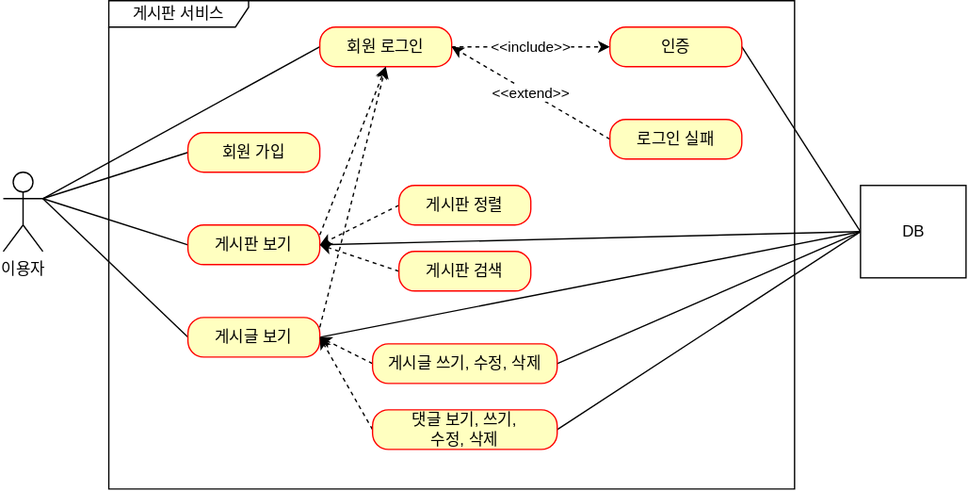
Earlier version of the draw.io export document/use-case.svg (bcchoi518/fastcampus-project-board). Source tidied: cells renumbered, new cells last; positions are measured from the earlier drawing's top-left corner, leaving out a move shared by most shapes.
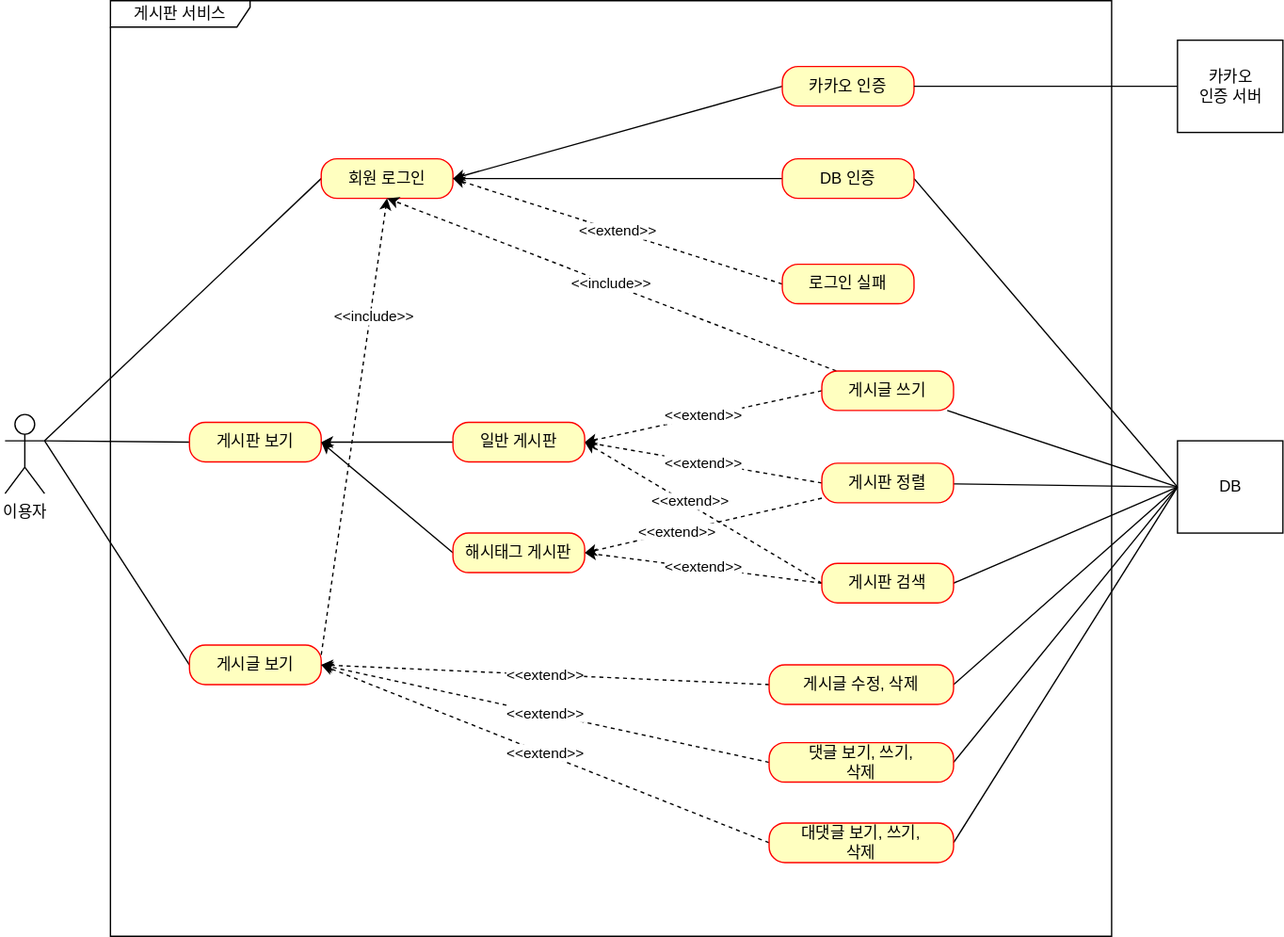
After the commit.

The edit, as a diff of the source:
```diff
@@ -3,94 +3,136 @@
     <mxCell id="0" />
     <mxCell id="1" parent="0" />
     <mxCell id="2" value="&lt;div&gt;이용자&lt;/div&gt;" style="shape=umlActor;verticalLabelPosition=bottom;verticalAlign=top;html=1;" parent="1" vertex="1">
-      <mxGeometry y="130" width="30" height="60" as="geometry" />
+      <mxGeometry y="314" width="30" height="60" as="geometry" />
     </mxCell>
     <mxCell id="3" value="게시판 서비스" style="shape=umlFrame;whiteSpace=wrap;html=1;width=106;height=20;" parent="1" vertex="1">
-      <mxGeometry x="80" width="520" height="370" as="geometry" />
+      <mxGeometry x="80" width="760" height="710" as="geometry" />
     </mxCell>
     <mxCell id="4" style="edgeStyle=none;rounded=0;jettySize=auto;html=1;exitX=0;exitY=0.5;exitDx=0;exitDy=0;entryX=1;entryY=0.3333333333333333;entryDx=0;entryDy=0;entryPerimeter=0;endArrow=none;endFill=0;" parent="1" edge="1" source="6" target="2">
       <mxGeometry relative="1" as="geometry" />
     </mxCell>
-    <mxCell id="5" value="&amp;lt;&amp;lt;include&amp;gt;&amp;gt;" style="edgeStyle=none;rounded=0;jettySize=auto;html=1;exitX=1;exitY=0.5;exitDx=0;exitDy=0;entryX=0;entryY=0.5;entryDx=0;entryDy=0;endArrow=classic;endFill=1;dashed=1;" parent="1" edge="1" source="6" target="18">
-      <mxGeometry relative="1" as="geometry" />
-    </mxCell>
     <mxCell id="6" value="회원 로그인" style="rounded=1;whiteSpace=wrap;html=1;arcSize=40;fontColor=#000000;fillColor=#ffffc0;strokeColor=#ff0000;" parent="1" vertex="1">
-      <mxGeometry x="240" y="20" width="100" height="30" as="geometry" />
+      <mxGeometry x="240" y="120" width="100" height="30" as="geometry" />
     </mxCell>
     <mxCell id="7" style="edgeStyle=none;rounded=0;jettySize=auto;html=1;exitX=0;exitY=0.5;exitDx=0;exitDy=0;entryX=1;entryY=0.3333333333333333;entryDx=0;entryDy=0;entryPerimeter=0;endArrow=none;endFill=0;" parent="1" edge="1" source="10" target="2">
       <mxGeometry relative="1" as="geometry" />
     </mxCell>
-    <mxCell id="8" style="edgeStyle=none;rounded=0;jettySize=auto;html=1;exitX=1;exitY=0.25;exitDx=0;exitDy=0;entryX=0.5;entryY=1;entryDx=0;entryDy=0;dashed=1;endArrow=classic;endFill=1;" parent="1" edge="1" source="10" target="6">
-      <mxGeometry relative="1" as="geometry" />
-    </mxCell>
-    <mxCell id="9" style="edgeStyle=none;rounded=0;jettySize=auto;html=1;exitX=1;exitY=0.5;exitDx=0;exitDy=0;entryX=0;entryY=0.5;entryDx=0;entryDy=0;endArrow=none;endFill=0;" parent="1" edge="1" source="10" target="31">
-      <mxGeometry relative="1" as="geometry" />
-    </mxCell>
     <mxCell id="10" value="게시판 보기" style="rounded=1;whiteSpace=wrap;html=1;arcSize=40;fontColor=#000000;fillColor=#ffffc0;strokeColor=#ff0000;" parent="1" vertex="1">
-      <mxGeometry x="140" y="170" width="100" height="30" as="geometry" />
+      <mxGeometry x="140" y="320" width="100" height="30" as="geometry" />
     </mxCell>
     <mxCell id="11" style="edgeStyle=none;rounded=0;jettySize=auto;html=1;exitX=0;exitY=0.5;exitDx=0;exitDy=0;entryX=1;entryY=0.3333333333333333;entryDx=0;entryDy=0;entryPerimeter=0;endArrow=none;endFill=0;" parent="1" edge="1" source="14" target="2">
       <mxGeometry relative="1" as="geometry" />
     </mxCell>
-    <mxCell id="12" style="edgeStyle=none;rounded=0;jettySize=auto;html=1;exitX=1;exitY=0.25;exitDx=0;exitDy=0;entryX=0.5;entryY=1;entryDx=0;entryDy=0;dashed=1;endArrow=classic;endFill=1;" parent="1" edge="1" source="14" target="6">
-      <mxGeometry relative="1" as="geometry" />
+    <mxCell id="12" value="&amp;lt;&amp;lt;include&amp;gt;&amp;gt;" style="edgeStyle=none;rounded=0;jettySize=auto;html=1;exitX=1;exitY=0.25;exitDx=0;exitDy=0;entryX=0.5;entryY=1;entryDx=0;entryDy=0;dashed=1;endArrow=classic;endFill=1;" parent="1" edge="1" source="14" target="6">
+      <mxGeometry x="0.48" y="-3" relative="1" as="geometry" />
     </mxCell>
-    <mxCell id="13" style="edgeStyle=none;rounded=0;jettySize=auto;html=1;exitX=1;exitY=0.5;exitDx=0;exitDy=0;entryX=0;entryY=0.5;entryDx=0;entryDy=0;endArrow=none;endFill=0;" parent="1" edge="1" source="14" target="31">
-      <mxGeometry relative="1" as="geometry" />
-    </mxCell>
     <mxCell id="14" value="게시글 보기" style="rounded=1;whiteSpace=wrap;html=1;arcSize=40;fontColor=#000000;fillColor=#ffffc0;strokeColor=#ff0000;" parent="1" vertex="1">
-      <mxGeometry x="140" y="240" width="100" height="30" as="geometry" />
+      <mxGeometry x="140" y="489" width="100" height="30" as="geometry" />
     </mxCell>
-    <mxCell id="15" style="rounded=0;jettySize=auto;html=1;exitX=0;exitY=0.5;exitDx=0;exitDy=0;entryX=1;entryY=0.3333333333333333;entryDx=0;entryDy=0;entryPerimeter=0;endArrow=none;endFill=0;" parent="1" edge="1" source="16" target="2">
-      <mxGeometry relative="1" as="geometry" />
-    </mxCell>
-    <mxCell id="16" value="회원 가입" style="rounded=1;whiteSpace=wrap;html=1;arcSize=40;fontColor=#000000;fillColor=#ffffc0;strokeColor=#ff0000;" parent="1" vertex="1">
-      <mxGeometry x="140" y="100" width="100" height="30" as="geometry" />
-    </mxCell>
     <mxCell id="17" style="edgeStyle=none;rounded=0;jettySize=auto;html=1;exitX=1;exitY=0.5;exitDx=0;exitDy=0;entryX=0;entryY=0.5;entryDx=0;entryDy=0;endArrow=none;endFill=0;" parent="1" edge="1" source="18" target="31">
       <mxGeometry relative="1" as="geometry" />
     </mxCell>
+    <mxCell id="32" style="rounded=0;jettySize=auto;html=1;entryX=1;entryY=0.5;entryDx=0;entryDy=0;" parent="1" edge="1" source="18" target="6">
+      <mxGeometry relative="1" as="geometry" />
+    </mxCell>
-    <mxCell id="18" value="인증" style="rounded=1;whiteSpace=wrap;html=1;arcSize=40;fontColor=#000000;fillColor=#ffffc0;strokeColor=#ff0000;" parent="1" vertex="1">
-      <mxGeometry x="460" y="20" width="100" height="30" as="geometry" />
+    <mxCell id="18" value="DB 인증" style="rounded=1;whiteSpace=wrap;html=1;arcSize=40;fontColor=#000000;fillColor=#ffffc0;strokeColor=#ff0000;" parent="1" vertex="1">
+      <mxGeometry x="590" y="120" width="100" height="30" as="geometry" />
     </mxCell>
     <mxCell id="19" value="&amp;lt;&amp;lt;extend&amp;gt;&amp;gt;" style="edgeStyle=none;rounded=0;jettySize=auto;html=1;exitX=0;exitY=0.5;exitDx=0;exitDy=0;entryX=1;entryY=0.5;entryDx=0;entryDy=0;endArrow=classic;endFill=1;dashed=1;" parent="1" edge="1" source="20" target="6">
       <mxGeometry relative="1" as="geometry" />
     </mxCell>
     <mxCell id="20" value="로그인 실패" style="rounded=1;whiteSpace=wrap;html=1;arcSize=40;fontColor=#000000;fillColor=#ffffc0;strokeColor=#ff0000;" parent="1" vertex="1">
-      <mxGeometry x="460" y="90" width="100" height="30" as="geometry" />
+      <mxGeometry x="590" y="200" width="100" height="30" as="geometry" />
     </mxCell>
-    <mxCell id="21" style="edgeStyle=none;rounded=0;jettySize=auto;html=1;exitX=0;exitY=0.5;exitDx=0;exitDy=0;entryX=1;entryY=0.5;entryDx=0;entryDy=0;dashed=1;endArrow=classic;endFill=1;" parent="1" edge="1" source="22" target="10">
-      <mxGeometry relative="1" as="geometry" />
-    </mxCell>
+    <mxCell id="33" style="rounded=0;jettySize=auto;html=1;entryX=0;entryY=0.5;entryDx=0;entryDy=0;endArrow=none;endFill=0;" parent="1" edge="1" source="22" target="31">
+      <mxGeometry relative="1" as="geometry" />
+    </mxCell>
+    <mxCell id="34" value="&amp;lt;&amp;lt;extend&amp;gt;&amp;gt;" style="rounded=0;jettySize=auto;html=1;entryX=1;entryY=0.5;entryDx=0;entryDy=0;dashed=1;exitX=0;exitY=0.5;exitDx=0;exitDy=0;" parent="1" edge="1" source="22" target="48">
+      <mxGeometry relative="1" as="geometry" />
+    </mxCell>
+    <mxCell id="35" value="&amp;lt;&amp;lt;extend&amp;gt;&amp;gt;" style="rounded=0;jettySize=auto;html=1;entryX=1;entryY=0.5;entryDx=0;entryDy=0;dashed=1;" parent="1" edge="1" source="22" target="46">
+      <mxGeometry x="0.22" relative="1" as="geometry" />
+    </mxCell>
     <mxCell id="22" value="게시판 정렬" style="rounded=1;whiteSpace=wrap;html=1;arcSize=40;fontColor=#000000;fillColor=#ffffc0;strokeColor=#ff0000;" parent="1" vertex="1">
-      <mxGeometry x="300" y="140" width="100" height="30" as="geometry" />
+      <mxGeometry x="620" y="351" width="100" height="30" as="geometry" />
     </mxCell>
-    <mxCell id="23" style="edgeStyle=none;rounded=0;jettySize=auto;html=1;exitX=0;exitY=0.5;exitDx=0;exitDy=0;entryX=1;entryY=0.5;entryDx=0;entryDy=0;dashed=1;endArrow=classic;endFill=1;" parent="1" edge="1" source="24" target="10">
-      <mxGeometry relative="1" as="geometry" />
-    </mxCell>
+    <mxCell id="36" style="rounded=0;jettySize=auto;html=1;entryX=0;entryY=0.5;entryDx=0;entryDy=0;endArrow=none;endFill=0;exitX=1;exitY=0.5;exitDx=0;exitDy=0;" parent="1" edge="1" source="24" target="31">
+      <mxGeometry relative="1" as="geometry" />
+    </mxCell>
+    <mxCell id="37" value="&amp;lt;&amp;lt;extend&amp;gt;&amp;gt;" style="rounded=0;jettySize=auto;html=1;entryX=1;entryY=0.5;entryDx=0;entryDy=0;dashed=1;exitX=0;exitY=0.5;exitDx=0;exitDy=0;" parent="1" edge="1" source="24" target="48">
+      <mxGeometry x="0.13" y="-2" relative="1" as="geometry" />
+    </mxCell>
+    <mxCell id="38" value="&lt;div&gt;&amp;lt;&amp;lt;extend&amp;gt;&amp;gt;&lt;/div&gt;" style="rounded=0;jettySize=auto;html=1;dashed=1;entryX=1;entryY=0.5;entryDx=0;entryDy=0;exitX=0;exitY=0.5;exitDx=0;exitDy=0;" parent="1" edge="1" source="24" target="46">
+      <mxGeometry relative="1" as="geometry" />
+    </mxCell>
     <mxCell id="24" value="게시판 검색" style="rounded=1;whiteSpace=wrap;html=1;arcSize=40;fontColor=#000000;fillColor=#ffffc0;strokeColor=#ff0000;" parent="1" vertex="1">
-      <mxGeometry x="300" y="190" width="100" height="30" as="geometry" />
+      <mxGeometry x="620" y="427" width="100" height="30" as="geometry" />
     </mxCell>
-    <mxCell id="25" style="edgeStyle=none;rounded=0;jettySize=auto;html=1;exitX=0;exitY=0.5;exitDx=0;exitDy=0;entryX=1;entryY=0.5;entryDx=0;entryDy=0;dashed=1;endArrow=classic;endFill=1;" parent="1" edge="1" source="27" target="14">
+    <mxCell id="25" value="&amp;lt;&amp;lt;extend&amp;gt;&amp;gt;" style="edgeStyle=none;rounded=0;jettySize=auto;html=1;exitX=0;exitY=0.5;exitDx=0;exitDy=0;entryX=1;entryY=0.5;entryDx=0;entryDy=0;dashed=1;endArrow=classic;endFill=1;" parent="1" edge="1" source="27" target="14">
       <mxGeometry relative="1" as="geometry" />
     </mxCell>
-    <mxCell id="26" style="edgeStyle=none;rounded=0;jettySize=auto;html=1;exitX=1;exitY=0.5;exitDx=0;exitDy=0;entryX=0;entryY=0.5;entryDx=0;entryDy=0;endArrow=none;endFill=0;" parent="1" edge="1" source="27" target="31">
+    <mxCell id="26" style="rounded=0;jettySize=auto;html=1;endArrow=none;endFill=0;exitX=1;exitY=0.5;exitDx=0;exitDy=0;entryX=0;entryY=0.5;entryDx=0;entryDy=0;" parent="1" edge="1" source="27" target="31">
       <mxGeometry relative="1" as="geometry" />
     </mxCell>
-    <mxCell id="27" value="게시글 쓰기, 수정, 삭제" style="rounded=1;whiteSpace=wrap;html=1;arcSize=40;fontColor=#000000;fillColor=#ffffc0;strokeColor=#ff0000;" parent="1" vertex="1">
-      <mxGeometry x="280" y="260" width="140" height="30" as="geometry" />
+    <mxCell id="27" value="게시글 수정, 삭제" style="rounded=1;whiteSpace=wrap;html=1;arcSize=40;fontColor=#000000;fillColor=#ffffc0;strokeColor=#ff0000;" parent="1" vertex="1">
+      <mxGeometry x="580" y="504" width="140" height="30" as="geometry" />
     </mxCell>
-    <mxCell id="28" style="edgeStyle=none;rounded=0;jettySize=auto;html=1;exitX=0;exitY=0.5;exitDx=0;exitDy=0;entryX=1;entryY=0.5;entryDx=0;entryDy=0;dashed=1;endArrow=classic;endFill=1;" parent="1" edge="1" source="30" target="14">
+    <mxCell id="28" value="&amp;lt;&amp;lt;extend&amp;gt;&amp;gt;" style="edgeStyle=none;rounded=0;jettySize=auto;html=1;exitX=0;exitY=0.5;exitDx=0;exitDy=0;entryX=1;entryY=0.5;entryDx=0;entryDy=0;dashed=1;endArrow=classic;endFill=1;" parent="1" edge="1" source="30" target="14">
       <mxGeometry relative="1" as="geometry" />
     </mxCell>
-    <mxCell id="29" style="edgeStyle=none;rounded=0;jettySize=auto;html=1;exitX=1;exitY=0.5;exitDx=0;exitDy=0;entryX=0;entryY=0.5;entryDx=0;entryDy=0;endArrow=none;endFill=0;" parent="1" edge="1" source="30" target="31">
+    <mxCell id="29" style="rounded=0;jettySize=auto;html=1;entryX=0;entryY=0.5;entryDx=0;entryDy=0;exitX=1;exitY=0.5;exitDx=0;exitDy=0;endArrow=none;endFill=0;" parent="1" edge="1" source="30" target="31">
       <mxGeometry relative="1" as="geometry" />
     </mxCell>
-    <mxCell id="30" value="&lt;div&gt;댓글 보기, 쓰기,&lt;/div&gt;&lt;div&gt;수정, 삭제&lt;br&gt;&lt;/div&gt;" style="rounded=1;whiteSpace=wrap;html=1;arcSize=40;fontColor=#000000;fillColor=#ffffc0;strokeColor=#ff0000;" parent="1" vertex="1">
-      <mxGeometry x="280" y="310" width="140" height="30" as="geometry" />
+    <mxCell id="30" value="&lt;div&gt;대댓글 보기, 쓰기,&lt;/div&gt;&lt;div&gt;삭제&lt;br&gt;&lt;/div&gt;" style="rounded=1;whiteSpace=wrap;html=1;arcSize=40;fontColor=#000000;fillColor=#ffffc0;strokeColor=#ff0000;" parent="1" vertex="1">
+      <mxGeometry x="580" y="624" width="140" height="30" as="geometry" />
     </mxCell>
     <mxCell id="31" value="DB" style="html=1;" parent="1" vertex="1">
-      <mxGeometry x="650" y="140" width="80" height="70" as="geometry" />
+      <mxGeometry x="890" y="334" width="80" height="70" as="geometry" />
     </mxCell>
+    <mxCell id="39" style="rounded=0;jettySize=auto;html=1;entryX=0;entryY=0.5;entryDx=0;entryDy=0;endArrow=none;endFill=0;" parent="1" edge="1" source="41" target="31">
+      <mxGeometry relative="1" as="geometry" />
+    </mxCell>
+    <mxCell id="40" value="&amp;lt;&amp;lt;extend&amp;gt;&amp;gt;" style="rounded=0;jettySize=auto;html=1;entryX=1;entryY=0.5;entryDx=0;entryDy=0;dashed=1;exitX=0;exitY=0.5;exitDx=0;exitDy=0;" parent="1" edge="1" source="41" target="48">
+      <mxGeometry relative="1" as="geometry" />
+    </mxCell>
+    <mxCell id="5" value="&amp;lt;&amp;lt;include&amp;gt;&amp;gt;" style="rounded=0;jettySize=auto;html=1;entryX=0.5;entryY=1;entryDx=0;entryDy=0;dashed=1;" parent="1" edge="1" source="41" target="6">
+      <mxGeometry relative="1" as="geometry" />
+    </mxCell>
+    <mxCell id="41" value="게시글 쓰기" style="rounded=1;whiteSpace=wrap;html=1;arcSize=40;fontColor=#000000;fillColor=#ffffc0;strokeColor=#ff0000;" parent="1" vertex="1">
+      <mxGeometry x="620" y="281" width="100" height="30" as="geometry" />
+    </mxCell>
+    <mxCell id="42" style="rounded=0;jettySize=auto;html=1;entryX=0;entryY=0.5;entryDx=0;entryDy=0;endArrow=none;endFill=0;exitX=1;exitY=0.5;exitDx=0;exitDy=0;" parent="1" edge="1" source="44" target="31">
+      <mxGeometry relative="1" as="geometry" />
+    </mxCell>
+    <mxCell id="43" value="&amp;lt;&amp;lt;extend&amp;gt;&amp;gt;" style="rounded=0;jettySize=auto;html=1;entryX=1;entryY=0.5;entryDx=0;entryDy=0;dashed=1;exitX=0;exitY=0.5;exitDx=0;exitDy=0;" parent="1" edge="1" source="44" target="14">
+      <mxGeometry relative="1" as="geometry" />
+    </mxCell>
+    <mxCell id="44" value="&lt;div&gt;댓글 보기, 쓰기,&lt;/div&gt;&lt;div&gt;삭제&lt;br&gt;&lt;/div&gt;" style="rounded=1;whiteSpace=wrap;html=1;arcSize=40;fontColor=#000000;fillColor=#ffffc0;strokeColor=#ff0000;" parent="1" vertex="1">
+      <mxGeometry x="580" y="563" width="140" height="30" as="geometry" />
+    </mxCell>
+    <mxCell id="45" style="rounded=0;jettySize=auto;html=1;entryX=1;entryY=0.5;entryDx=0;entryDy=0;exitX=0;exitY=0.5;exitDx=0;exitDy=0;" parent="1" edge="1" source="46" target="10">
+      <mxGeometry relative="1" as="geometry" />
+    </mxCell>
+    <mxCell id="46" value="해시태그 게시판" style="rounded=1;whiteSpace=wrap;html=1;arcSize=40;fontColor=#000000;fillColor=#ffffc0;strokeColor=#ff0000;" parent="1" vertex="1">
+      <mxGeometry x="340" y="404" width="100" height="30" as="geometry" />
+    </mxCell>
+    <mxCell id="47" style="edgeStyle=orthogonalEdgeStyle;rounded=0;jettySize=auto;html=1;entryX=1;entryY=0.5;entryDx=0;entryDy=0;" parent="1" edge="1" source="48" target="10">
+      <mxGeometry relative="1" as="geometry" />
+    </mxCell>
+    <mxCell id="48" value="&lt;div&gt;일반 게시판&lt;/div&gt;" style="rounded=1;whiteSpace=wrap;html=1;arcSize=40;fontColor=#000000;fillColor=#ffffc0;strokeColor=#ff0000;" parent="1" vertex="1">
+      <mxGeometry x="340" y="320" width="100" height="30" as="geometry" />
+    </mxCell>
+    <mxCell id="49" style="rounded=0;jettySize=auto;html=1;entryX=1;entryY=0.5;entryDx=0;entryDy=0;endArrow=classic;endFill=1;exitX=0;exitY=0.5;exitDx=0;exitDy=0;" parent="1" edge="1" source="50" target="6">
+      <mxGeometry relative="1" as="geometry" />
+    </mxCell>
+    <mxCell id="50" value="카카오 인증" style="rounded=1;whiteSpace=wrap;html=1;arcSize=40;fontColor=#000000;fillColor=#ffffc0;strokeColor=#ff0000;" parent="1" vertex="1">
+      <mxGeometry x="590" y="50" width="100" height="30" as="geometry" />
+    </mxCell>
+    <mxCell id="51" style="edgeStyle=orthogonalEdgeStyle;rounded=0;jettySize=auto;html=1;entryX=1;entryY=0.5;entryDx=0;entryDy=0;endArrow=none;endFill=0;" parent="1" edge="1" source="52" target="50">
+      <mxGeometry relative="1" as="geometry" />
+    </mxCell>
+    <mxCell id="52" value="카카오&lt;br&gt;&lt;div&gt;인증 서버&lt;/div&gt;" style="html=1;" parent="1" vertex="1">
+      <mxGeometry x="890" y="30" width="80" height="70" as="geometry" />
+    </mxCell>
   </root>
 </mxGraphModel>
```
